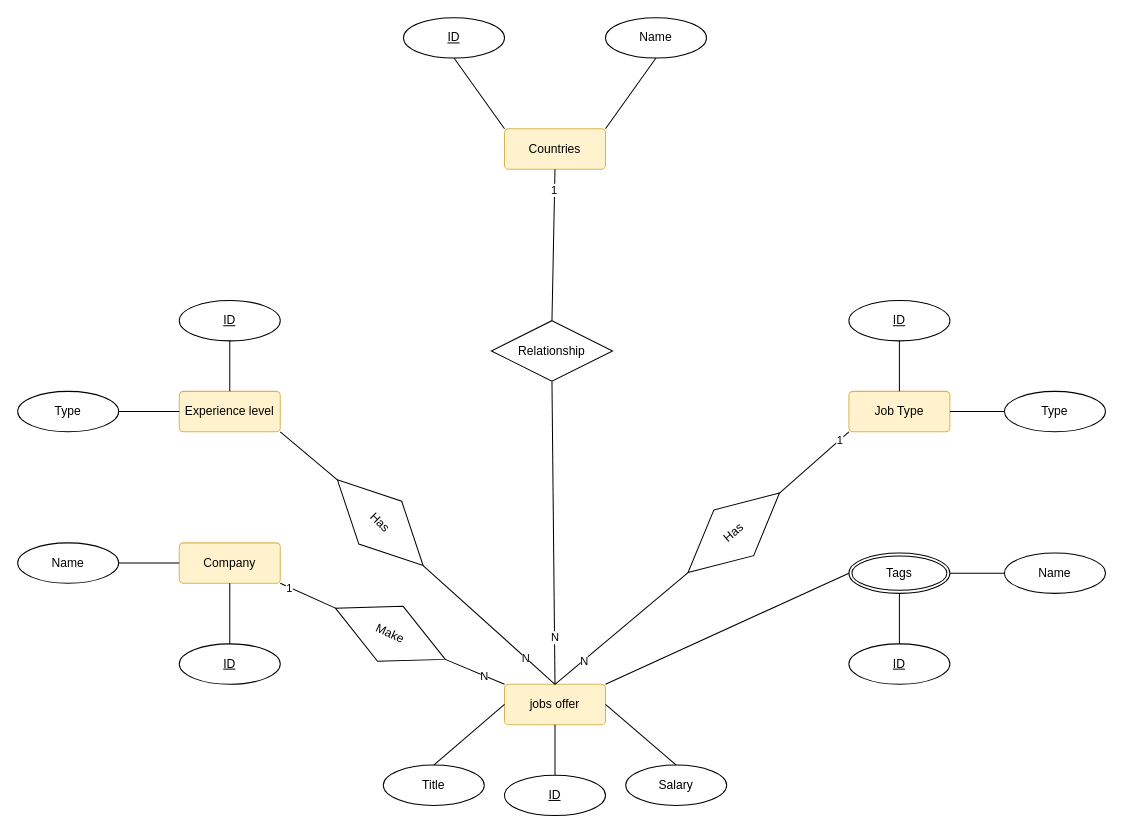
This is Untitled Diagram.drawio from yassinessadi/diagrams, a draw.io file, before an edit. Source tidied: cells renumbered, new cells numbered last; positions are measured from the earlier drawing's top-left corner, leaving out a move shared by most shapes. Both pictures are drawn from the tidied source at 101%, with x=0, y=0 at pixel (17, 17).
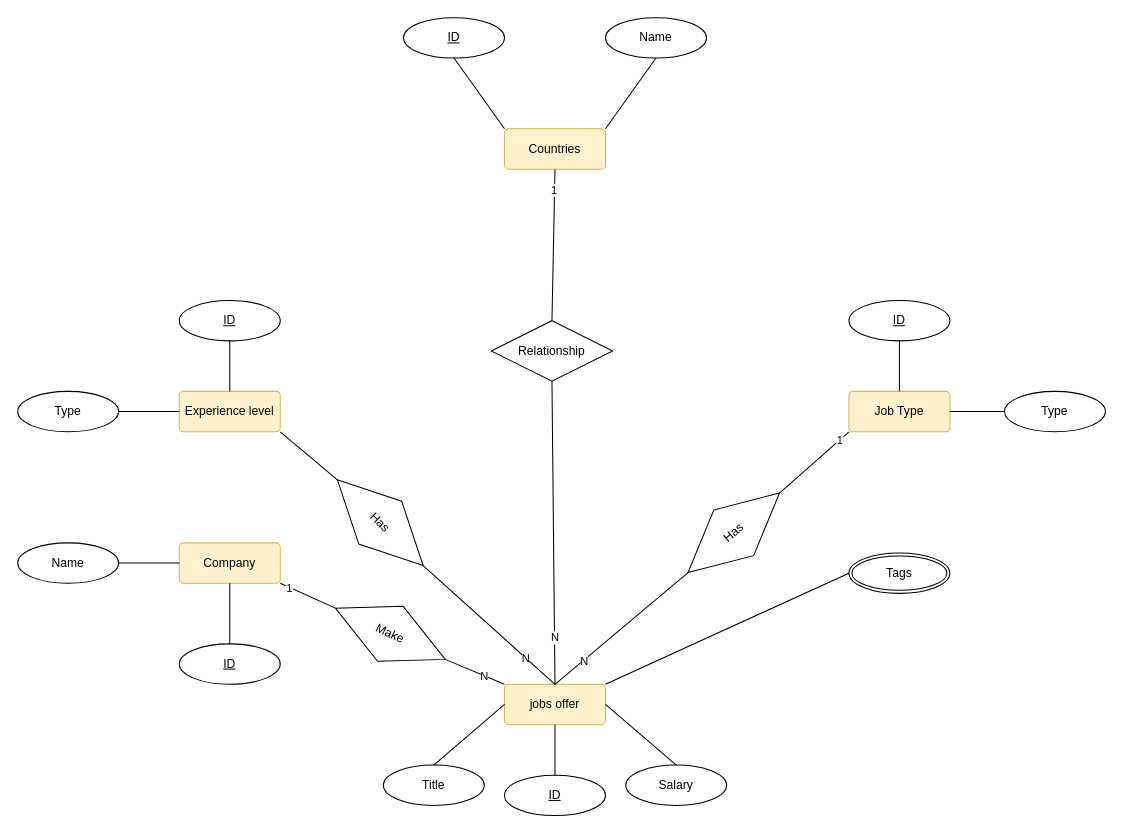
The same diagram, later.

Commit message:
Multi-valued attributes (Added) Diagram.drawio

The change refers to these unchanged cells:
```xml
<mxCell id="30" value="Tags" style="ellipse;shape=doubleEllipse;margin=3;whiteSpace=wrap;html=1;align=center;" parent="1" vertex="1">
  <mxGeometry x="823" y="530" width="100" height="40" as="geometry" />
</mxCell>
```

What changed in the source:
```diff
@@
-    <mxCell id="7" value="ID" style="ellipse;whiteSpace=wrap;html=1;align=center;fontStyle=4;" parent="1" vertex="1">
-      <mxGeometry x="823" y="620" width="100" height="40" as="geometry" />
-    </mxCell>
-    <mxCell id="8" value="Name" style="ellipse;whiteSpace=wrap;html=1;align=center;" parent="1" vertex="1">
-      <mxGeometry x="977" y="530" width="100" height="40" as="geometry" />
-    </mxCell>
-    <mxCell id="9" style="endArrow=none;html=1;rounded=0;exitX=1;exitY=0.5;exitDx=0;exitDy=0;entryX=0;entryY=0.5;entryDx=0;entryDy=0;" parent="1" edge="1" source="30" target="8">
-      <mxGeometry relative="1" as="geometry" />
-    </mxCell>
@@
-    <mxCell id="27" style="endArrow=none;html=1;rounded=0;exitX=0.5;exitY=1;exitDx=0;exitDy=0;entryX=0.5;entryY=0;entryDx=0;entryDy=0;" parent="1" edge="1" source="30" target="7">
-      <mxGeometry relative="1" as="geometry" />
-    </mxCell>
```
